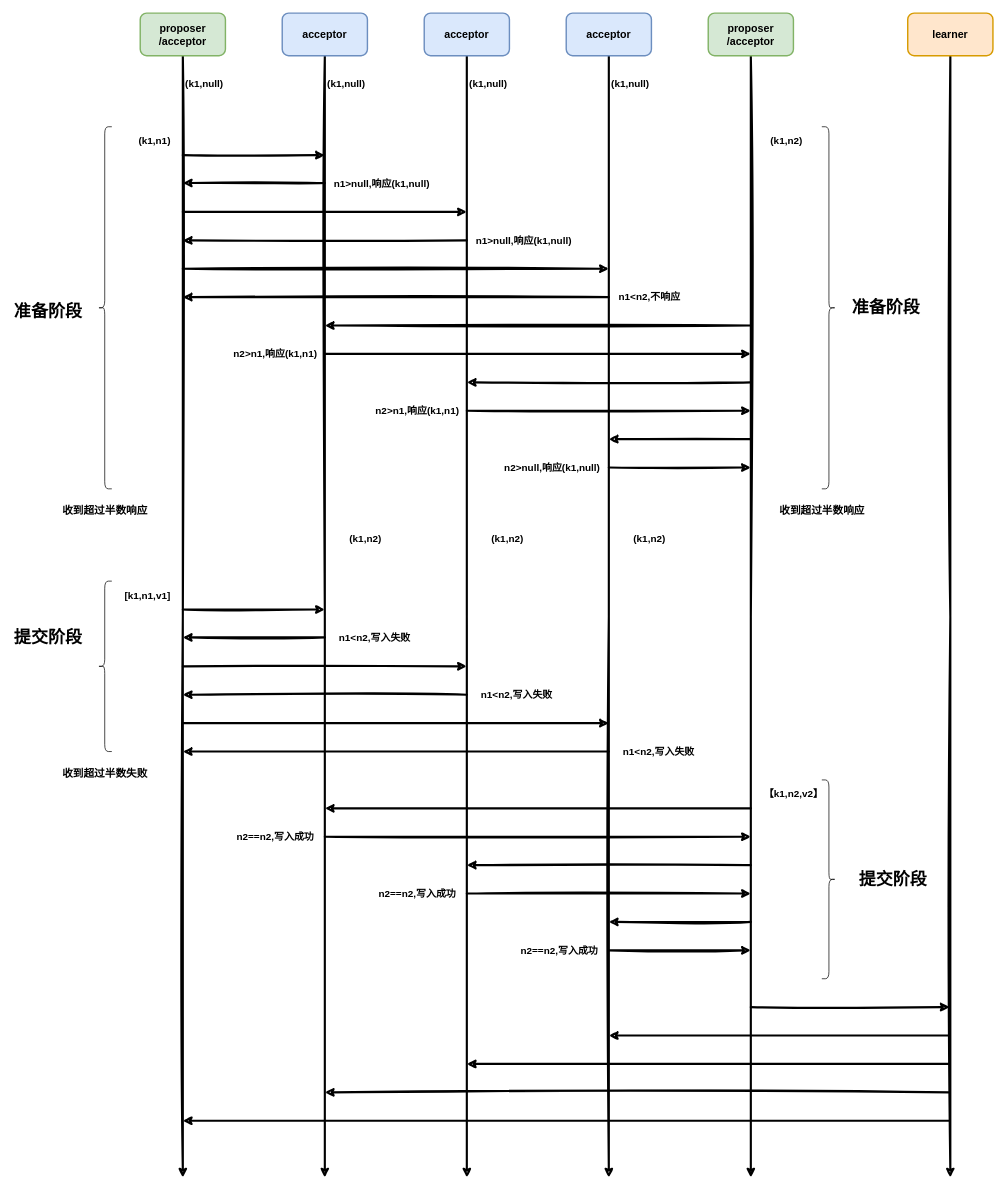
The draw.io diagram distributed/paxos-3.drawio in donscoco/diagrams, before the edit. Source tidied: cells renumbered, new cells numbered last; positions are measured from the earlier drawing's top-left corner, leaving out a move shared by most shapes. Both pictures are drawn from the tidied source at 71%, with x=0, y=0 at pixel (12, 13).
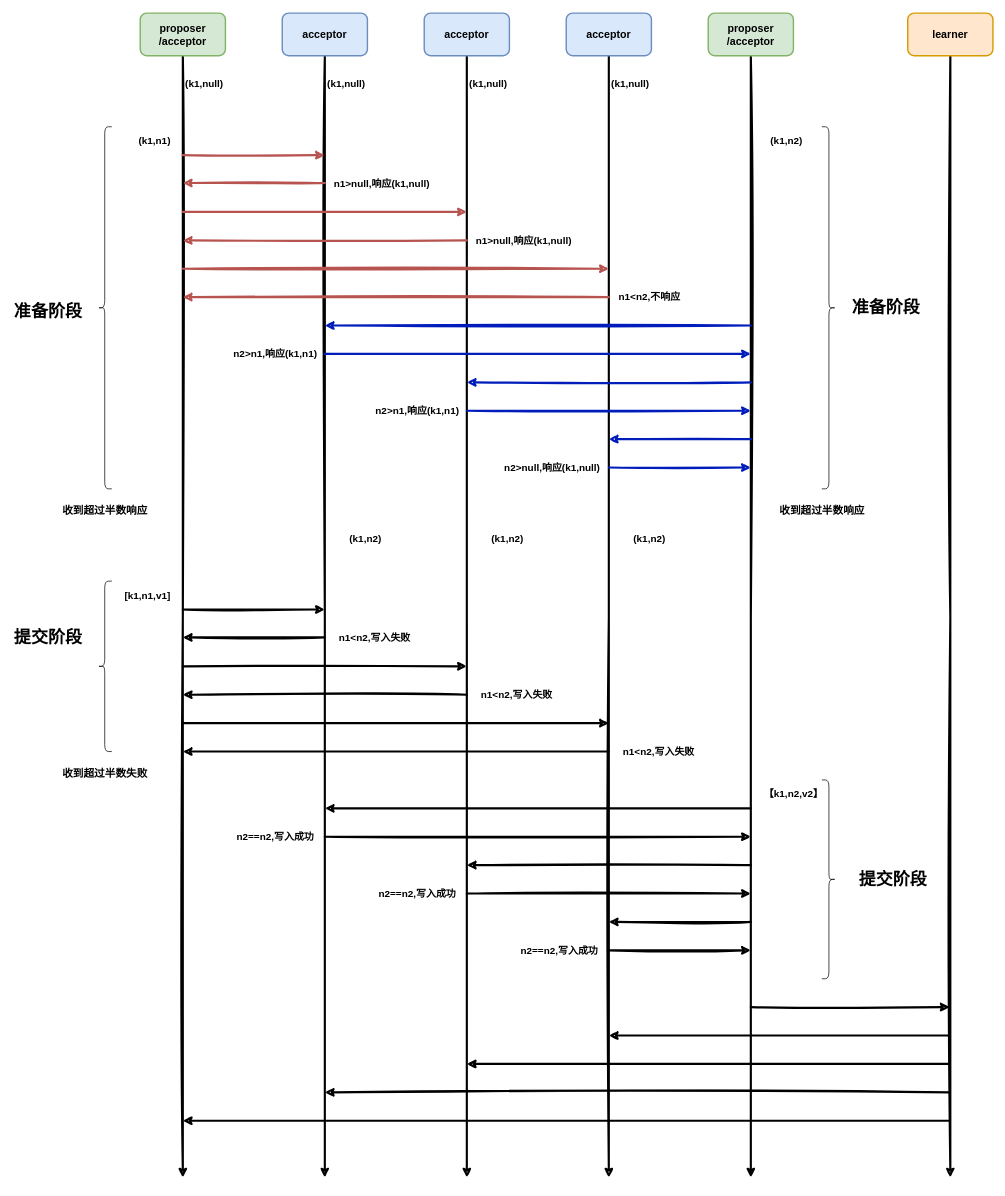
Above is the later version.

Change to the diagram source:
```diff
@@
-    <mxCell id="12" style="endArrow=classic;html=1;rounded=0;sketch=1;strokeWidth=3;fontSize=14;" parent="1" edge="1">
+    <mxCell id="12" style="endArrow=classic;html=1;rounded=0;sketch=1;strokeWidth=3;fontSize=14;fillColor=#f8cecc;strokeColor=#b85450;" parent="1" edge="1">
       <mxGeometry relative="1" as="geometry">
         <mxPoint x="240" y="200" as="sourcePoint" />
         <mxPoint x="440" y="200" as="targetPoint" />
       </mxGeometry>
     </mxCell>
@@
-    <mxCell id="14" style="endArrow=classic;html=1;rounded=0;sketch=1;strokeWidth=3;fontSize=15;" parent="1" edge="1">
+    <mxCell id="14" style="endArrow=classic;html=1;rounded=0;sketch=1;strokeWidth=3;fontSize=15;fillColor=#f8cecc;strokeColor=#b85450;" parent="1" edge="1">
       <mxGeometry relative="1" as="geometry">
         <mxPoint x="240" y="280" as="sourcePoint" />
         <mxPoint x="640" y="280" as="targetPoint" />
       </mxGeometry>
     </mxCell>
-    <mxCell id="15" style="endArrow=classic;html=1;rounded=0;sketch=1;strokeWidth=3;fontSize=15;" parent="1" edge="1">
+    <mxCell id="15" style="endArrow=classic;html=1;rounded=0;sketch=1;strokeWidth=3;fontSize=15;fillColor=#f8cecc;strokeColor=#b85450;" parent="1" edge="1">
       <mxGeometry relative="1" as="geometry">
         <mxPoint x="240" y="360" as="sourcePoint" />
         <mxPoint x="840" y="360" as="targetPoint" />
       </mxGeometry>
     </mxCell>
@@
-    <mxCell id="19" style="endArrow=classic;html=1;rounded=0;sketch=1;strokeWidth=3;fontSize=15;" parent="1" edge="1">
+    <mxCell id="19" style="endArrow=classic;html=1;rounded=0;sketch=1;strokeWidth=3;fontSize=15;fillColor=#f8cecc;strokeColor=#b85450;" parent="1" edge="1">
       <mxGeometry relative="1" as="geometry">
         <mxPoint x="440" y="239.3" as="sourcePoint" />
         <mxPoint x="240" y="239.3" as="targetPoint" />
       </mxGeometry>
     </mxCell>
-    <mxCell id="20" style="endArrow=classic;html=1;rounded=0;sketch=1;strokeWidth=3;fontSize=15;" parent="1" edge="1">
+    <mxCell id="20" style="endArrow=classic;html=1;rounded=0;sketch=1;strokeWidth=3;fontSize=15;fillColor=#f8cecc;strokeColor=#b85450;" parent="1" edge="1">
       <mxGeometry relative="1" as="geometry">
         <mxPoint x="640" y="320" as="sourcePoint" />
         <mxPoint x="240" y="320" as="targetPoint" />
       </mxGeometry>
     </mxCell>
-    <mxCell id="21" style="endArrow=classic;html=1;rounded=0;sketch=1;strokeWidth=3;fontSize=15;" parent="1" edge="1">
+    <mxCell id="21" style="endArrow=classic;html=1;rounded=0;sketch=1;strokeWidth=3;fontSize=15;fillColor=#f8cecc;strokeColor=#b85450;" parent="1" edge="1">
       <mxGeometry relative="1" as="geometry">
         <mxPoint x="840" y="400" as="sourcePoint" />
         <mxPoint x="240" y="400" as="targetPoint" />
       </mxGeometry>
     </mxCell>
@@
-    <mxCell id="25" value="n1&amp;gt;null,响应(k1,null)" style="text;strokeColor=none;fillColor=none;html=1;fontSize=14;fontStyle=1;verticalAlign=middle;align=center;sketch=0;" parent="1" vertex="1">
+    <mxCell id="25" value="n1&amp;gt;null,响应(k1,null)" style="text;html=1;fontSize=14;fontStyle=1;verticalAlign=middle;align=center;sketch=0;" parent="1" vertex="1">
       <mxGeometry x="470" y="220" width="100" height="40" as="geometry" />
     </mxCell>
-    <mxCell id="26" value="n1&amp;gt;null,响应(k1,null)" style="text;strokeColor=none;fillColor=none;html=1;fontSize=14;fontStyle=1;verticalAlign=middle;align=center;sketch=0;" parent="1" vertex="1">
+    <mxCell id="26" value="n1&amp;gt;null,响应(k1,null)" style="text;html=1;fontSize=14;fontStyle=1;verticalAlign=middle;align=center;sketch=0;" parent="1" vertex="1">
       <mxGeometry x="670" y="300" width="100" height="40" as="geometry" />
     </mxCell>
@@
-    <mxCell id="36" style="endArrow=classic;html=1;rounded=0;sketch=1;strokeWidth=3;fontSize=15;" parent="1" edge="1">
+    <mxCell id="36" style="endArrow=classic;html=1;rounded=0;sketch=1;strokeWidth=3;fontSize=15;fillColor=#0050ef;strokeColor=#001DBC;" parent="1" edge="1">
       <mxGeometry relative="1" as="geometry">
         <mxPoint x="1040" y="440" as="sourcePoint" />
         <mxPoint x="440" y="440" as="targetPoint" />
       </mxGeometry>
     </mxCell>
-    <mxCell id="37" style="endArrow=classic;html=1;rounded=0;sketch=1;strokeWidth=3;fontSize=15;" parent="1" edge="1">
+    <mxCell id="37" style="endArrow=classic;html=1;rounded=0;sketch=1;strokeWidth=3;fontSize=15;fillColor=#0050ef;strokeColor=#001DBC;" parent="1" edge="1">
       <mxGeometry relative="1" as="geometry">
         <mxPoint x="440" y="480" as="sourcePoint" />
         <mxPoint x="1040" y="480" as="targetPoint" />
       </mxGeometry>
     </mxCell>
@@
-    <mxCell id="39" style="endArrow=classic;html=1;rounded=0;sketch=1;strokeWidth=3;fontSize=15;" parent="1" edge="1">
+    <mxCell id="39" style="endArrow=classic;html=1;rounded=0;sketch=1;strokeWidth=3;fontSize=15;fillColor=#0050ef;strokeColor=#001DBC;" parent="1" edge="1">
       <mxGeometry relative="1" as="geometry">
         <mxPoint x="1040" y="520" as="sourcePoint" />
         <mxPoint x="640" y="520" as="targetPoint" />
       </mxGeometry>
     </mxCell>
-    <mxCell id="40" style="endArrow=classic;html=1;rounded=0;sketch=1;strokeWidth=3;fontSize=15;" parent="1" edge="1">
+    <mxCell id="40" style="endArrow=classic;html=1;rounded=0;sketch=1;strokeWidth=3;fontSize=15;fillColor=#0050ef;strokeColor=#001DBC;" parent="1" edge="1">
       <mxGeometry relative="1" as="geometry">
         <mxPoint x="640" y="560" as="sourcePoint" />
         <mxPoint x="1040" y="560" as="targetPoint" />
       </mxGeometry>
     </mxCell>
-    <mxCell id="41" value="n2&amp;gt;n1,响应(k1,n1)" style="text;strokeColor=none;fillColor=none;html=1;fontSize=14;fontStyle=1;verticalAlign=middle;align=center;sketch=0;" parent="1" vertex="1">
+    <mxCell id="41" value="n2&amp;gt;n1,响应(k1,n1)" style="text;html=1;fontSize=14;fontStyle=1;verticalAlign=middle;align=center;sketch=0;" parent="1" vertex="1">
       <mxGeometry x="520" y="540" width="100" height="40" as="geometry" />
     </mxCell>
-    <mxCell id="42" style="endArrow=classic;html=1;rounded=0;sketch=1;strokeWidth=3;fontSize=15;" parent="1" edge="1">
+    <mxCell id="42" style="endArrow=classic;html=1;rounded=0;sketch=1;strokeWidth=3;fontSize=15;fillColor=#0050ef;strokeColor=#001DBC;" parent="1" edge="1">
       <mxGeometry relative="1" as="geometry">
         <mxPoint x="840" y="640" as="sourcePoint" />
         <mxPoint x="1040" y="640" as="targetPoint" />
       </mxGeometry>
     </mxCell>
-    <mxCell id="43" style="endArrow=classic;html=1;rounded=0;sketch=1;strokeWidth=3;fontSize=15;" parent="1" edge="1">
+    <mxCell id="43" style="endArrow=classic;html=1;rounded=0;sketch=1;strokeWidth=3;fontSize=15;fillColor=#0050ef;strokeColor=#001DBC;" parent="1" edge="1">
       <mxGeometry relative="1" as="geometry">
         <mxPoint x="1040" y="600" as="sourcePoint" />
         <mxPoint x="840" y="600" as="targetPoint" />
       </mxGeometry>
     </mxCell>
```
